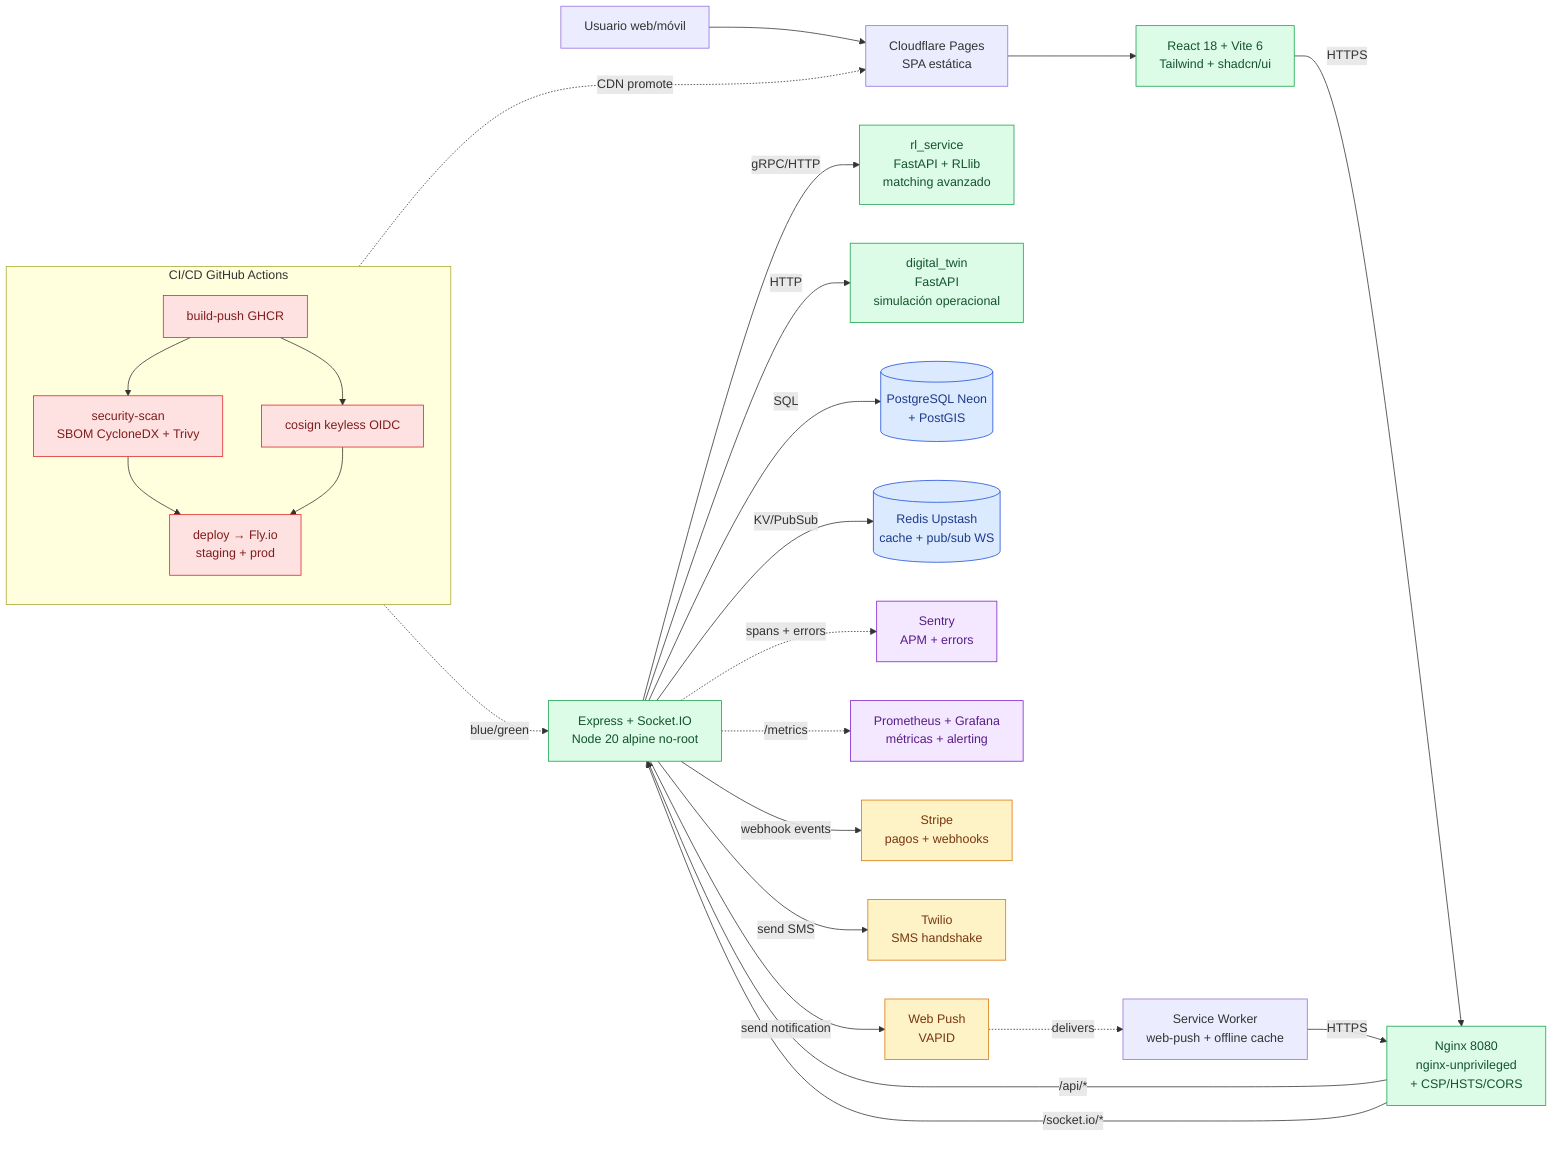
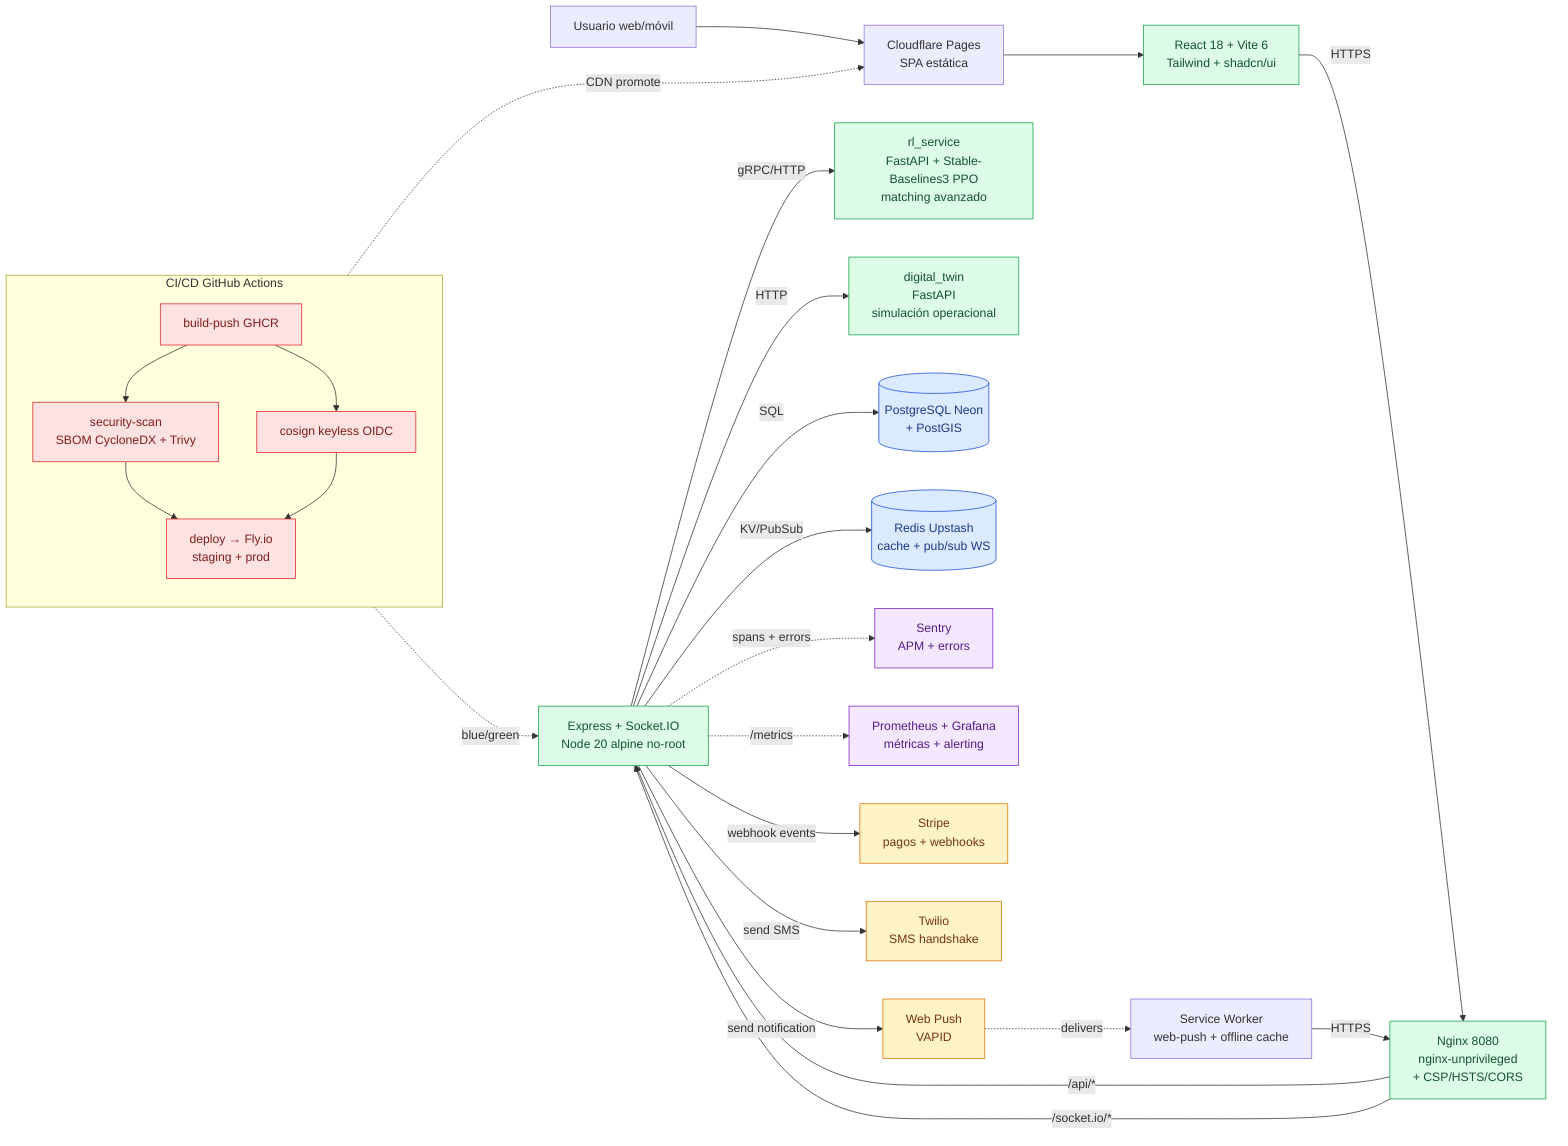
%% City2Cruise — Diagrama de arquitectura (Hito H-6.3, 2026-04-29)
%% Render local: npx @mermaid-js/mermaid-cli -i docs/architecture.mmd -o docs/architecture.png

flowchart LR

    %% ── Cliente / dispositivos ──
    user[Usuario web/móvil]
    sw[Service Worker<br/>web-push + offline cache]

    %% ── Edge / CDN ──
    cdn[Cloudflare Pages<br/>SPA estática]

    %% ── Front gateway ──
    nginx[Nginx 8080<br/>nginx-unprivileged<br/>+ CSP/HSTS/CORS]

    %% ── Aplicación ──
    spa[React 18 + Vite 6<br/>Tailwind + shadcn/ui]
    api[Express + Socket.IO<br/>Node 20 alpine no-root]
-     rl[rl_service<br/>FastAPI + RLlib<br/>matching avanzado]
+     rl[rl_service<br/>FastAPI + Stable-Baselines3 PPO<br/>matching avanzado]
    twin[digital_twin<br/>FastAPI<br/>simulación operacional]

    %% ── Datos / cache ──
    pg[(PostgreSQL Neon<br/>+ PostGIS)]
    redis[(Redis Upstash<br/>cache + pub/sub WS)]

    %% ── Observabilidad ──
    sentry[Sentry<br/>APM + errors]
    prom[Prometheus + Grafana<br/>métricas + alerting]

    %% ── Servicios externos ──
    stripe[Stripe<br/>pagos + webhooks]
    twilio[Twilio<br/>SMS handshake]
    push[Web Push<br/>VAPID]

    %% ── Edges ──
    user --> cdn
    cdn --> spa
    spa -- HTTPS --> nginx
    sw  -- HTTPS --> nginx
    nginx -- /api/* --> api
    nginx -- /socket.io/* --> api
    api -- SQL --> pg
    api -- KV/PubSub --> redis
    api -- gRPC/HTTP --> rl
    api -- HTTP --> twin
    api -. spans + errors .-> sentry
    api -. /metrics .-> prom
    api -- webhook events --> stripe
    api -- send SMS --> twilio
    api -- send notification --> push
    push -. delivers .-> sw

    %% ── DevSecOps (CI/CD) ──
    subgraph cicd[CI/CD GitHub Actions]
        direction TB
        build[build-push GHCR]
        scan[security-scan<br/>SBOM CycloneDX + Trivy]
        sign[cosign keyless OIDC]
        deploy[deploy → Fly.io<br/>staging + prod]
        build --> scan
        build --> sign
        scan --> deploy
        sign --> deploy
    end
    deploy -. blue/green .-> api
    deploy -. CDN promote .-> cdn

    %% ── Estilo ──
    classDef ext fill:#fef3c7,stroke:#d97706,color:#78350f
    classDef data fill:#dbeafe,stroke:#1d4ed8,color:#1e3a8a
    classDef app fill:#dcfce7,stroke:#16a34a,color:#14532d
    classDef obs fill:#f3e8ff,stroke:#7e22ce,color:#581c87
    classDef ci fill:#fee2e2,stroke:#dc2626,color:#7f1d1d

    class stripe,twilio,push ext
    class pg,redis data
    class api,rl,twin,spa,nginx app
    class sentry,prom obs
    class build,scan,sign,deploy ci
